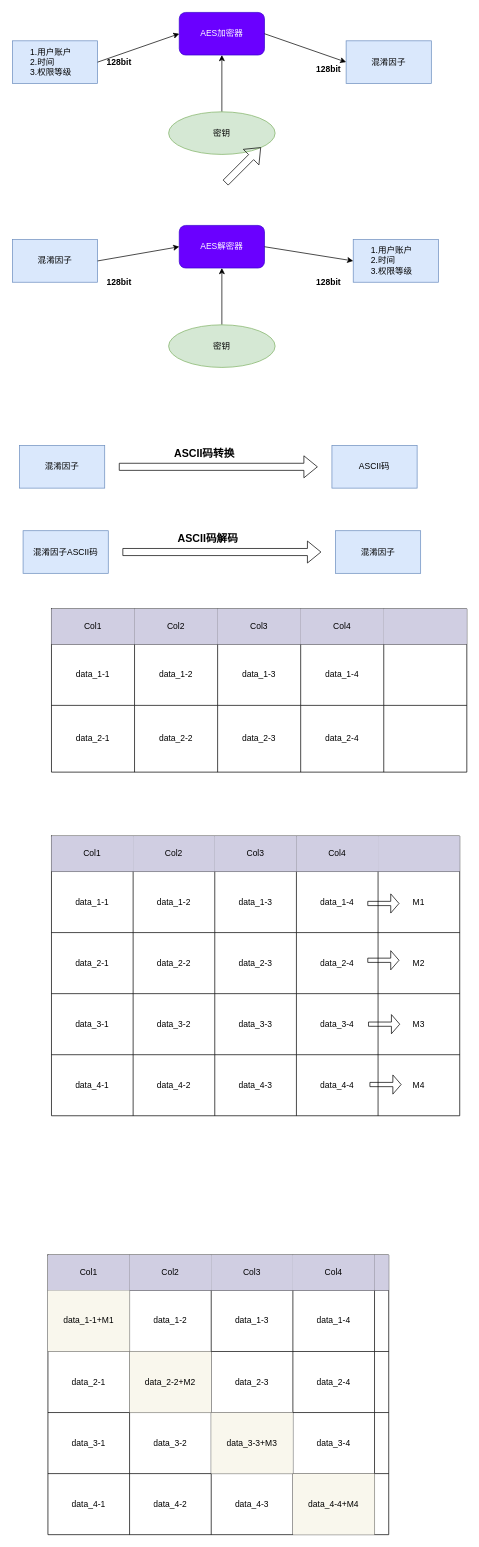
Earlier version of the draw.io diagram 未命名绘图.drawio (eragonhuang/house). Source tidied: cells renumbered, new cells numbered last; positions are measured from the earlier drawing's top-left corner, leaving out a move shared by most shapes. Both pictures are drawn from the tidied source at 71%, with x=0, y=0 at pixel (12, 12).
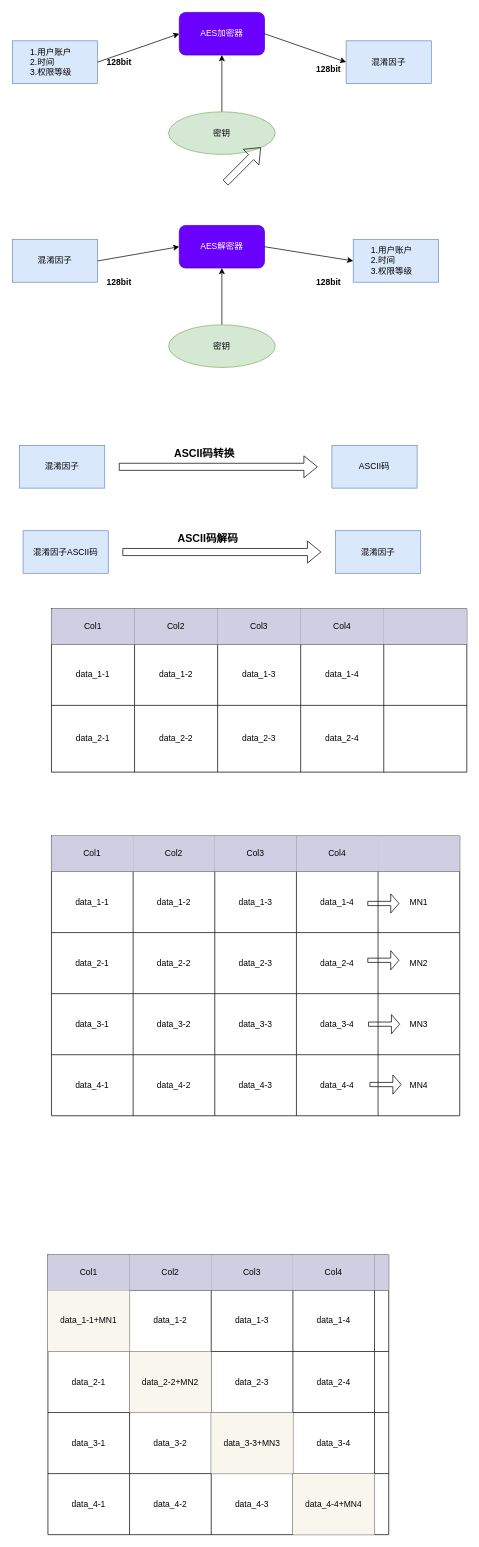
The same page after the edit.

Commit message:
更新未命名绘图.drawio

The change refers to these unchanged cells:
```xml
<mxCell id="51" style="shape=partialRectangle;html=1;whiteSpace=wrap;fillColor=none;top=0;left=0;bottom=0;right=0;" parent="44" vertex="1">
  <mxGeometry y="50" width="575" height="86" as="geometry" />
</mxCell>
<mxCell id="57" style="shape=partialRectangle;html=1;whiteSpace=wrap;fillColor=none;top=0;left=0;bottom=0;right=0;" parent="44" vertex="1">
  <mxGeometry y="136" width="575" height="86" as="geometry" />
</mxCell>
<mxCell id="63" style="shape=partialRectangle;html=1;whiteSpace=wrap;fillColor=none;top=0;left=0;bottom=0;right=0;" parent="44" vertex="1">
  <mxGeometry y="222" width="575" height="86" as="geometry" />
</mxCell>
<mxCell id="69" style="shape=partialRectangle;html=1;whiteSpace=wrap;fillColor=none;top=0;left=0;bottom=0;right=0;" parent="44" vertex="1">
  <mxGeometry y="308" width="575" height="86" as="geometry" />
</mxCell>
<mxCell id="86" style="shape=partialRectangle;html=1;whiteSpace=wrap;fillColor=none;top=0;left=0;bottom=0;right=0;" parent="79" vertex="1">
  <mxGeometry y="50" width="480" height="86" as="geometry" />
</mxCell>
<mxCell id="92" style="shape=partialRectangle;html=1;whiteSpace=wrap;fillColor=none;top=0;left=0;bottom=0;right=0;" parent="79" vertex="1">
  <mxGeometry y="136" width="480" height="86" as="geometry" />
</mxCell>
<mxCell id="98" style="shape=partialRectangle;html=1;whiteSpace=wrap;fillColor=none;top=0;left=0;bottom=0;right=0;" parent="79" vertex="1">
  <mxGeometry y="222" width="480" height="86" as="geometry" />
</mxCell>
<mxCell id="104" style="shape=partialRectangle;html=1;whiteSpace=wrap;fillColor=none;top=0;left=0;bottom=0;right=0;" parent="79" vertex="1">
  <mxGeometry y="308" width="480" height="86" as="geometry" />
</mxCell>
```

What changed in the source:
```diff
@@
-    <mxCell id="56" value="M1" style="shape=partialRectangle;html=1;whiteSpace=wrap;overflow=hidden;fillColor=none;top=0;left=0;bottom=0;right=0;" parent="51" vertex="1">
+    <mxCell id="56" value="MN1" style="shape=partialRectangle;html=1;whiteSpace=wrap;overflow=hidden;fillColor=none;top=0;left=0;bottom=0;right=0;" parent="51" vertex="1">
       <mxGeometry x="460" width="115" height="86" as="geometry" />
     </mxCell>
@@
-    <mxCell id="62" value="M2" style="shape=partialRectangle;html=1;whiteSpace=wrap;overflow=hidden;fillColor=none;top=0;left=0;bottom=0;right=0;" parent="57" vertex="1">
+    <mxCell id="62" value="MN2" style="shape=partialRectangle;html=1;whiteSpace=wrap;overflow=hidden;fillColor=none;top=0;left=0;bottom=0;right=0;" parent="57" vertex="1">
       <mxGeometry x="460" width="115" height="86" as="geometry" />
     </mxCell>
@@
-    <mxCell id="68" value="M3" style="shape=partialRectangle;html=1;whiteSpace=wrap;overflow=hidden;fillColor=none;top=0;left=0;bottom=0;right=0;" parent="63" vertex="1">
+    <mxCell id="68" value="MN3" style="shape=partialRectangle;html=1;whiteSpace=wrap;overflow=hidden;fillColor=none;top=0;left=0;bottom=0;right=0;" parent="63" vertex="1">
       <mxGeometry x="460" width="115" height="86" as="geometry" />
     </mxCell>
@@
-    <mxCell id="74" value="M4" style="shape=partialRectangle;html=1;whiteSpace=wrap;overflow=hidden;fillColor=none;top=0;left=0;bottom=0;right=0;" parent="69" vertex="1">
+    <mxCell id="74" value="MN4" style="shape=partialRectangle;html=1;whiteSpace=wrap;overflow=hidden;fillColor=none;top=0;left=0;bottom=0;right=0;" parent="69" vertex="1">
       <mxGeometry x="460" width="115" height="86" as="geometry" />
     </mxCell>
@@
-    <mxCell id="87" value="&lt;span&gt;data_1-1+&lt;/span&gt;M1" style="shape=partialRectangle;html=1;whiteSpace=wrap;overflow=hidden;fillColor=#f9f7ed;top=0;left=0;bottom=0;right=0;strokeColor=#36393d;" parent="86" vertex="1">
+    <mxCell id="87" value="&lt;span&gt;data_1-1+&lt;/span&gt;MN1" style="shape=partialRectangle;html=1;whiteSpace=wrap;overflow=hidden;fillColor=#f9f7ed;top=0;left=0;bottom=0;right=0;strokeColor=#36393d;" parent="86" vertex="1">
       <mxGeometry width="115" height="86" as="geometry" />
     </mxCell>
@@
-    <mxCell id="94" value="&lt;span&gt;data_2-2+M2&lt;/span&gt;" style="shape=partialRectangle;html=1;whiteSpace=wrap;overflow=hidden;fillColor=#f9f7ed;top=0;left=0;bottom=0;right=0;strokeColor=#36393d;" parent="92" vertex="1">
+    <mxCell id="94" value="&lt;span&gt;data_2-2+MN2&lt;/span&gt;" style="shape=partialRectangle;html=1;whiteSpace=wrap;overflow=hidden;fillColor=#f9f7ed;top=0;left=0;bottom=0;right=0;strokeColor=#36393d;" parent="92" vertex="1">
       <mxGeometry x="115" width="115" height="86" as="geometry" />
     </mxCell>
@@
-    <mxCell id="101" value="&lt;span&gt;data_3-3+M3&lt;/span&gt;" style="shape=partialRectangle;html=1;whiteSpace=wrap;overflow=hidden;fillColor=#f9f7ed;top=0;left=0;bottom=0;right=0;strokeColor=#36393d;" parent="98" vertex="1">
+    <mxCell id="101" value="&lt;span&gt;data_3-3+MN3&lt;/span&gt;" style="shape=partialRectangle;html=1;whiteSpace=wrap;overflow=hidden;fillColor=#f9f7ed;top=0;left=0;bottom=0;right=0;strokeColor=#36393d;" parent="98" vertex="1">
       <mxGeometry x="230" width="115" height="86" as="geometry" />
     </mxCell>
@@
-    <mxCell id="108" value="&lt;span&gt;data_4-4+M4&lt;/span&gt;" style="shape=partialRectangle;html=1;whiteSpace=wrap;overflow=hidden;fillColor=#f9f7ed;top=0;left=0;bottom=0;right=0;strokeColor=#36393d;" parent="104" vertex="1">
+    <mxCell id="108" value="&lt;span&gt;data_4-4+MN4&lt;/span&gt;" style="shape=partialRectangle;html=1;whiteSpace=wrap;overflow=hidden;fillColor=#f9f7ed;top=0;left=0;bottom=0;right=0;strokeColor=#36393d;" parent="104" vertex="1">
       <mxGeometry x="345" width="115" height="86" as="geometry" />
     </mxCell>
```
